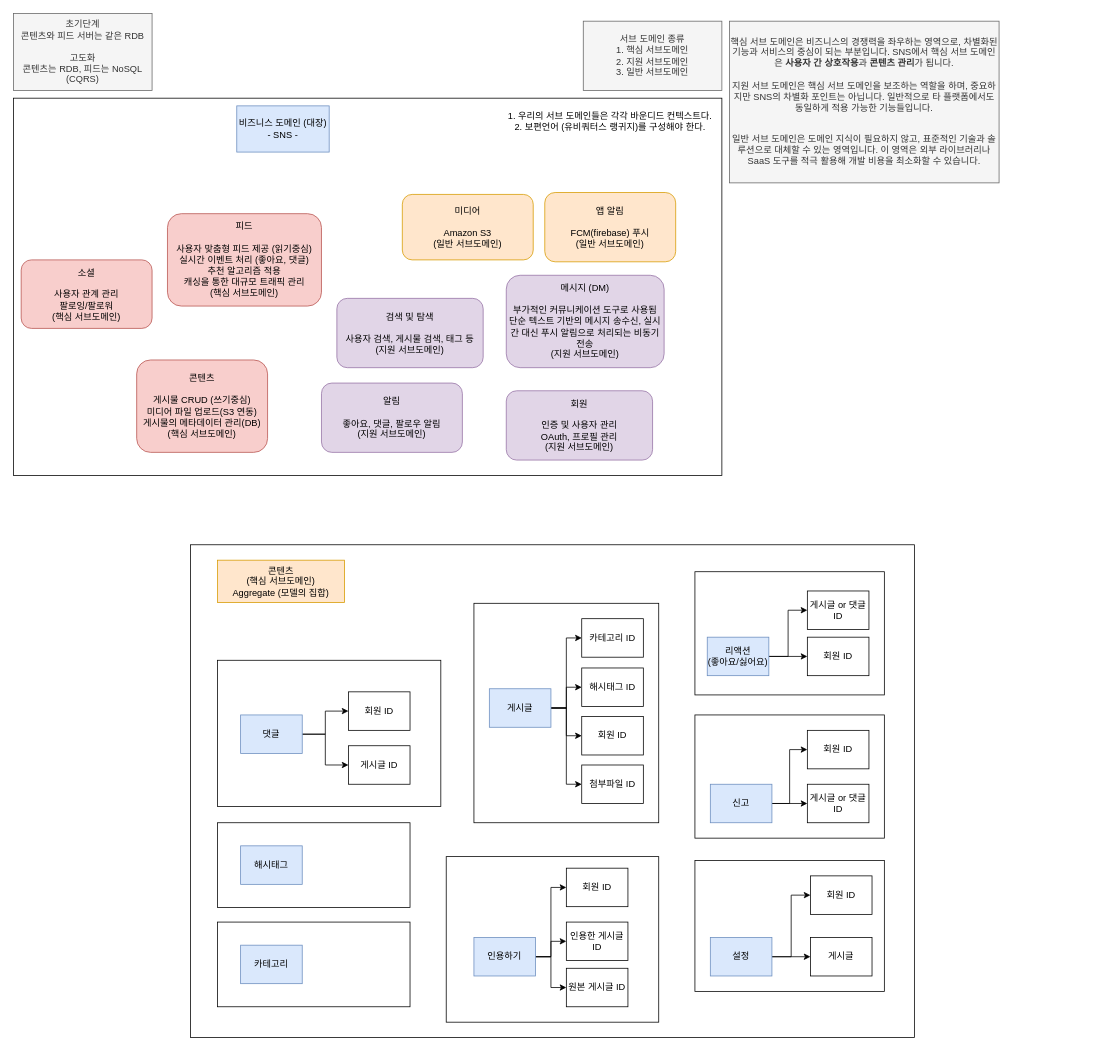
This is page "DDD 설계" (7 of 9) of Pulse-msa.drawio from AmazingEffect/pulse-document, a draw.io file, before an edit. Source tidied: cells renumbered, new cells numbered last; positions are measured from the earlier drawing's top-left corner, leaving out a move shared by most shapes. Both pictures are drawn from the tidied source at 77%, with x=0, y=0 at pixel (13, 13).
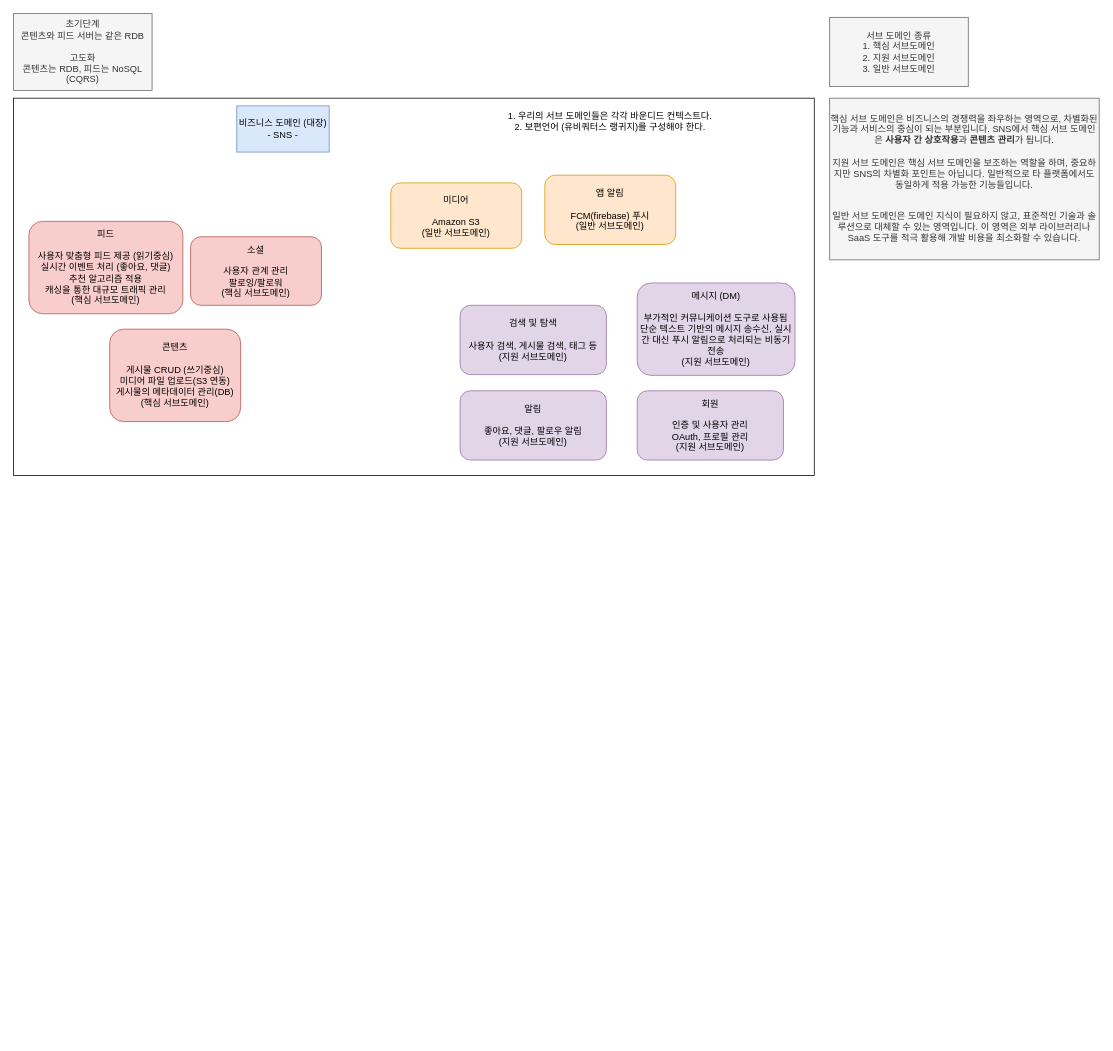
The same page after the edit.

What changed in the source:
```diff
@@
-    <mxCell id="2" style="rounded=0;whiteSpace=wrap;html=1;" parent="1" vertex="1">
-      <mxGeometry x="230" y="690" width="940" height="640" as="geometry" />
-    </mxCell>
-    <mxCell id="3" style="rounded=0;whiteSpace=wrap;html=1;" parent="1" vertex="1">
-      <mxGeometry x="885" y="725" width="246" height="160" as="geometry" />
-    </mxCell>
-    <mxCell id="4" style="rounded=0;whiteSpace=wrap;html=1;" parent="1" vertex="1">
-      <mxGeometry x="885" y="1100" width="246" height="170" as="geometry" />
-    </mxCell>
-    <mxCell id="5" style="rounded=0;whiteSpace=wrap;html=1;" parent="1" vertex="1">
-      <mxGeometry x="562" y="1095" width="276" height="215" as="geometry" />
-    </mxCell>
-    <mxCell id="6" style="rounded=0;whiteSpace=wrap;html=1;" parent="1" vertex="1">
-      <mxGeometry x="265" y="1180" width="250" height="110" as="geometry" />
-    </mxCell>
-    <mxCell id="7" style="rounded=0;whiteSpace=wrap;html=1;" parent="1" vertex="1">
-      <mxGeometry x="265" y="1051" width="250" height="110" as="geometry" />
-    </mxCell>
-    <mxCell id="8" style="rounded=0;whiteSpace=wrap;html=1;" parent="1" vertex="1">
-      <mxGeometry x="265" y="840" width="290" height="190" as="geometry" />
-    </mxCell>
-    <mxCell id="9" style="rounded=0;whiteSpace=wrap;html=1;" parent="1" vertex="1">
-      <mxGeometry x="885" y="911" width="246" height="160" as="geometry" />
-    </mxCell>
-    <mxCell id="10" style="rounded=0;whiteSpace=wrap;html=1;" parent="1" vertex="1">
-      <mxGeometry x="598" y="766" width="240" height="285" as="geometry" />
-    </mxCell>
     <mxCell id="11" style="rounded=0;whiteSpace=wrap;html=1;" parent="1" vertex="1">
-      <mxGeometry y="110" width="920" height="490" as="geometry" />
+      <mxGeometry y="110" width="1040" height="490" as="geometry" />
     </mxCell>
-    <mxCell id="12" style="edgeStyle=orthogonalEdgeStyle;rounded=0;jettySize=auto;html=1;entryX=0;entryY=0.5;entryDx=0;entryDy=0;" parent="1" edge="1" source="16" target="20">
-      <mxGeometry relative="1" as="geometry" />
-    </mxCell>
-    <mxCell id="13" style="edgeStyle=orthogonalEdgeStyle;rounded=0;jettySize=auto;html=1;entryX=0;entryY=0.5;entryDx=0;entryDy=0;" parent="1" edge="1" source="16" target="57">
-      <mxGeometry relative="1" as="geometry" />
-    </mxCell>
-    <mxCell id="14" style="edgeStyle=orthogonalEdgeStyle;rounded=0;jettySize=auto;html=1;entryX=0;entryY=0.5;entryDx=0;entryDy=0;" parent="1" edge="1" source="16" target="58">
-      <mxGeometry relative="1" as="geometry" />
-    </mxCell>
-    <mxCell id="15" style="edgeStyle=orthogonalEdgeStyle;rounded=0;jettySize=auto;html=1;entryX=0;entryY=0.5;entryDx=0;entryDy=0;" parent="1" edge="1" source="16" target="56">
-      <mxGeometry relative="1" as="geometry" />
-    </mxCell>
-    <mxCell id="16" value="게시글" style="rounded=0;whiteSpace=wrap;html=1;fillColor=#dae8fc;strokeColor=#6c8ebf;" parent="1" vertex="1">
-      <mxGeometry x="618" y="877" width="80" height="50" as="geometry" />
-    </mxCell>
-    <mxCell id="17" style="edgeStyle=orthogonalEdgeStyle;rounded=0;jettySize=auto;html=1;" parent="1" edge="1" source="19" target="49">
-      <mxGeometry relative="1" as="geometry" />
-    </mxCell>
-    <mxCell id="18" style="edgeStyle=orthogonalEdgeStyle;rounded=0;jettySize=auto;html=1;entryX=0;entryY=0.5;entryDx=0;entryDy=0;" parent="1" edge="1" source="19" target="50">
-      <mxGeometry relative="1" as="geometry" />
-    </mxCell>
-    <mxCell id="19" value="설정" style="rounded=0;whiteSpace=wrap;html=1;fillColor=#dae8fc;strokeColor=#6c8ebf;" parent="1" vertex="1">
-      <mxGeometry x="905" y="1200" width="80" height="50" as="geometry" />
-    </mxCell>
-    <mxCell id="20" value="첨부파일 ID" style="rounded=0;whiteSpace=wrap;html=1;" parent="1" vertex="1">
-      <mxGeometry x="738" y="976" width="80" height="50" as="geometry" />
-    </mxCell>
-    <mxCell id="21" style="edgeStyle=orthogonalEdgeStyle;rounded=0;jettySize=auto;html=1;entryX=0;entryY=0.5;entryDx=0;entryDy=0;" parent="1" edge="1" source="23" target="42">
-      <mxGeometry relative="1" as="geometry" />
-    </mxCell>
-    <mxCell id="22" style="edgeStyle=orthogonalEdgeStyle;rounded=0;jettySize=auto;html=1;" parent="1" edge="1" source="23" target="43">
-      <mxGeometry relative="1" as="geometry" />
-    </mxCell>
-    <mxCell id="23" value="신고" style="rounded=0;whiteSpace=wrap;html=1;fillColor=#dae8fc;strokeColor=#6c8ebf;" parent="1" vertex="1">
-      <mxGeometry x="905" y="1001" width="80" height="50" as="geometry" />
-    </mxCell>
-    <mxCell id="24" value="해시태그" style="rounded=0;whiteSpace=wrap;html=1;fillColor=#dae8fc;strokeColor=#6c8ebf;" parent="1" vertex="1">
-      <mxGeometry x="295" y="1081" width="80" height="50" as="geometry" />
-    </mxCell>
-    <mxCell id="25" value="카테고리" style="rounded=0;whiteSpace=wrap;html=1;fillColor=#dae8fc;strokeColor=#6c8ebf;" parent="1" vertex="1">
-      <mxGeometry x="295" y="1210" width="80" height="50" as="geometry" />
-    </mxCell>
-    <mxCell id="26" style="edgeStyle=orthogonalEdgeStyle;rounded=0;jettySize=auto;html=1;entryX=0;entryY=0.5;entryDx=0;entryDy=0;" parent="1" edge="1" source="29" target="47">
-      <mxGeometry relative="1" as="geometry" />
-    </mxCell>
-    <mxCell id="27" style="edgeStyle=orthogonalEdgeStyle;rounded=0;jettySize=auto;html=1;" parent="1" edge="1" source="29" target="48">
-      <mxGeometry relative="1" as="geometry" />
-    </mxCell>
-    <mxCell id="28" style="edgeStyle=orthogonalEdgeStyle;rounded=0;jettySize=auto;html=1;entryX=0;entryY=0.5;entryDx=0;entryDy=0;" parent="1" edge="1" source="29" target="64">
-      <mxGeometry relative="1" as="geometry" />
-    </mxCell>
-    <mxCell id="29" value="인용하기" style="rounded=0;whiteSpace=wrap;html=1;fillColor=#dae8fc;strokeColor=#6c8ebf;fontStyle=0;" parent="1" vertex="1">
-      <mxGeometry x="598" y="1200" width="80" height="50" as="geometry" />
-    </mxCell>
@@
     <mxCell id="31" value="회원&lt;br&gt;&lt;br&gt;인증 및 사용자 관리&lt;br&gt;OAuth, 프로필 관리&lt;br&gt;(지원 서브도메인)" style="rounded=1;whiteSpace=wrap;html=1;fillColor=#e1d5e7;strokeColor=#9673a6;" parent="1" vertex="1">
-      <mxGeometry x="640" y="490" width="190" height="90" as="geometry" />
+      <mxGeometry x="810" y="490" width="190" height="90" as="geometry" />
     </mxCell>
     <mxCell id="32" value="콘텐츠&lt;br&gt;&lt;br&gt;게시물 CRUD (쓰기중심)&lt;br&gt;미디어 파일 업로드(S3 연동)&lt;br&gt;게시물의 메타데이터 관리(DB)&lt;br&gt;(핵심 서브도메인)" style="rounded=1;whiteSpace=wrap;html=1;fillColor=#f8cecc;strokeColor=#b85450;" parent="1" vertex="1">
-      <mxGeometry x="160" y="450" width="170" height="120" as="geometry" />
+      <mxGeometry x="125" y="410" width="170" height="120" as="geometry" />
     </mxCell>
     <mxCell id="33" value="메시지 (DM)&lt;br&gt;&lt;br&gt;부가적인 커뮤니케이션 도구로 사용됨&lt;br&gt;단순 텍스트 기반의 메시지 송수신, 실시간 대신 푸시 알림으로 처리되는 비동기 전송&lt;br&gt;(지원 서브도메인)" style="rounded=1;whiteSpace=wrap;html=1;fillColor=#e1d5e7;strokeColor=#9673a6;" parent="1" vertex="1">
-      <mxGeometry x="640" y="340" width="205" height="120" as="geometry" />
+      <mxGeometry x="810" y="350" width="205" height="120" as="geometry" />
     </mxCell>
     <mxCell id="34" value="알림&lt;br&gt;&lt;br&gt;좋아요, 댓글, 팔로우 알림&lt;br&gt;(지원 서브도메인)" style="rounded=1;whiteSpace=wrap;html=1;fillColor=#e1d5e7;strokeColor=#9673a6;" parent="1" vertex="1">
-      <mxGeometry x="400" y="480" width="183" height="90" as="geometry" />
+      <mxGeometry x="580" y="490" width="190" height="90" as="geometry" />
     </mxCell>
     <mxCell id="35" value="소셜&lt;br&gt;&lt;br&gt;사용자 관계 관리&lt;br&gt;팔로잉/팔로워&lt;br&gt;(핵심 서브도메인)" style="rounded=1;whiteSpace=wrap;html=1;fillColor=#f8cecc;strokeColor=#b85450;" parent="1" vertex="1">
-      <mxGeometry x="10" y="320" width="170" height="89" as="geometry" />
+      <mxGeometry x="230" y="290" width="170" height="89" as="geometry" />
     </mxCell>
     <mxCell id="36" value="검색 및 탐색&lt;br&gt;&lt;br&gt;사용자 검색, 게시물 검색, 태그 등&lt;br&gt;(지원 서브도메인)" style="rounded=1;whiteSpace=wrap;html=1;fillColor=#e1d5e7;strokeColor=#9673a6;" parent="1" vertex="1">
-      <mxGeometry x="420" y="370" width="190" height="90" as="geometry" />
+      <mxGeometry x="580" y="379" width="190" height="90" as="geometry" />
     </mxCell>
     <mxCell id="37" value="미디어&lt;br&gt;&lt;br&gt;Amazon S3&lt;br&gt;(일반 서브도메인)" style="rounded=1;whiteSpace=wrap;html=1;fillColor=#ffe6cc;strokeColor=#d79b00;" parent="1" vertex="1">
-      <mxGeometry x="505" y="235" width="170" height="85" as="geometry" />
+      <mxGeometry x="490" y="220" width="170" height="85" as="geometry" />
     </mxCell>
     <mxCell id="38" value="서브 도메인 종류&lt;br&gt;1. 핵심 서브도메인&lt;br&gt;2. 지원 서브도메인&lt;br&gt;3. 일반 서브도메인" style="text;html=1;strokeColor=#666666;fillColor=#f5f5f5;align=center;verticalAlign=middle;whiteSpace=wrap;rounded=0;fontColor=#333333;" parent="1" vertex="1">
-      <mxGeometry x="740" y="10" width="180" height="90" as="geometry" />
+      <mxGeometry x="1060" y="5" width="180" height="90" as="geometry" />
     </mxCell>
@@
-    <mxCell id="40" value="콘텐츠&lt;br style=&quot;border-color: var(--border-color);&quot;&gt;(핵심 서브도메인)&lt;br&gt;Aggregate (모델의 집합)" style="text;html=1;strokeColor=#d79b00;fillColor=#ffe6cc;align=center;verticalAlign=middle;whiteSpace=wrap;rounded=0;" parent="1" vertex="1">
-      <mxGeometry x="265" y="710" width="165" height="55" as="geometry" />
-    </mxCell>
-    <mxCell id="41" value="회원 ID" style="rounded=0;whiteSpace=wrap;html=1;" parent="1" vertex="1">
-      <mxGeometry x="435" y="881" width="80" height="50" as="geometry" />
-    </mxCell>
-    <mxCell id="42" value="회원 ID" style="rounded=0;whiteSpace=wrap;html=1;" parent="1" vertex="1">
-      <mxGeometry x="1031" y="931" width="80" height="50" as="geometry" />
-    </mxCell>
-    <mxCell id="43" value="게시글 or 댓글 ID" style="rounded=0;whiteSpace=wrap;html=1;" parent="1" vertex="1">
-      <mxGeometry x="1031" y="1001" width="80" height="50" as="geometry" />
-    </mxCell>
-    <mxCell id="44" style="edgeStyle=orthogonalEdgeStyle;rounded=0;jettySize=auto;html=1;entryX=0;entryY=0.5;entryDx=0;entryDy=0;" parent="1" edge="1" source="46" target="41">
-      <mxGeometry relative="1" as="geometry" />
-    </mxCell>
-    <mxCell id="45" style="edgeStyle=orthogonalEdgeStyle;rounded=0;jettySize=auto;html=1;entryX=0;entryY=0.5;entryDx=0;entryDy=0;" parent="1" edge="1" source="46" target="51">
-      <mxGeometry relative="1" as="geometry" />
-    </mxCell>
-    <mxCell id="46" value="댓글" style="rounded=0;whiteSpace=wrap;html=1;fillColor=#dae8fc;strokeColor=#6c8ebf;" parent="1" vertex="1">
-      <mxGeometry x="295" y="911" width="80" height="50" as="geometry" />
-    </mxCell>
-    <mxCell id="47" value="회원 ID" style="rounded=0;whiteSpace=wrap;html=1;" parent="1" vertex="1">
-      <mxGeometry x="718" y="1110" width="80" height="50" as="geometry" />
-    </mxCell>
-    <mxCell id="48" value="인용한 게시글 ID" style="rounded=0;whiteSpace=wrap;html=1;" parent="1" vertex="1">
-      <mxGeometry x="718" y="1180" width="80" height="50" as="geometry" />
-    </mxCell>
-    <mxCell id="49" value="게시글" style="rounded=0;whiteSpace=wrap;html=1;" parent="1" vertex="1">
-      <mxGeometry x="1035" y="1200" width="80" height="50" as="geometry" />
-    </mxCell>
-    <mxCell id="50" value="회원 ID" style="rounded=0;whiteSpace=wrap;html=1;" parent="1" vertex="1">
-      <mxGeometry x="1035" y="1120" width="80" height="50" as="geometry" />
-    </mxCell>
-    <mxCell id="51" value="게시글 ID" style="rounded=0;whiteSpace=wrap;html=1;" parent="1" vertex="1">
-      <mxGeometry x="435" y="951" width="80" height="50" as="geometry" />
-    </mxCell>
     <mxCell id="52" value="&lt;br&gt;핵심 서브 도메인은 비즈니스의 경쟁력을 좌우하는 영역으로, 차별화된 기능과 서비스의 중심이 되는 부분입니다. SNS에서 핵심 서브 도메인은 &lt;strong&gt;사용자 간 상호작용&lt;/strong&gt;과 &lt;strong&gt;콘텐츠 관리&lt;/strong&gt;가 됩니다.&lt;br&gt;&lt;br&gt;지원 서브 도메인은 핵심 서브 도메인을 보조하는 역할을 하며, 중요하지만 SNS의 차별화 포인트는 아닙니다. 일반적으로 타 플랫폼에서도 동일하게 적용 가능한 기능들입니다.&lt;br&gt;&lt;br&gt;&lt;p&gt;일반 서브 도메인은 도메인 지식이 필요하지 않고, 표준적인 기술과 솔루션으로 대체할 수 있는 영역입니다. 이 영역은 외부 라이브러리나 SaaS 도구를 적극 활용해 개발 비용을 최소화할 수 있습니다.&lt;/p&gt;&lt;h4&gt;&lt;/h4&gt;" style="text;html=1;strokeColor=#666666;fillColor=#f5f5f5;align=center;verticalAlign=middle;whiteSpace=wrap;rounded=0;fontColor=#333333;" parent="1" vertex="1">
-      <mxGeometry x="930" y="10" width="350" height="210" as="geometry" />
+      <mxGeometry x="1060" y="110" width="350" height="210" as="geometry" />
     </mxCell>
     <mxCell id="53" value="앱 알림&lt;br&gt;&lt;br&gt;FCM(firebase) 푸시&lt;br&gt;(일반 서브도메인)" style="rounded=1;whiteSpace=wrap;html=1;fillColor=#ffe6cc;strokeColor=#d79b00;" parent="1" vertex="1">
-      <mxGeometry x="690" y="232.5" width="170" height="90" as="geometry" />
+      <mxGeometry x="690" y="210" width="170" height="90" as="geometry" />
     </mxCell>
     <mxCell id="54" value="피드&lt;br&gt;&lt;br&gt;사용자 맞춤형 피드 제공 (읽기중심)&lt;br&gt;실시간 이벤트 처리 (좋아요, 댓글)&lt;br&gt;추천 알고리즘 적용&lt;br&gt;캐싱을 통한 대규모 트래픽 관리&lt;br&gt;(핵심 서브도메인)" style="rounded=1;whiteSpace=wrap;html=1;fillColor=#f8cecc;strokeColor=#b85450;" parent="1" vertex="1">
-      <mxGeometry x="200" y="260" width="200" height="120" as="geometry" />
+      <mxGeometry x="20" y="270" width="200" height="120" as="geometry" />
     </mxCell>
@@
-    <mxCell id="56" value="카테고리 ID" style="rounded=0;whiteSpace=wrap;html=1;" parent="1" vertex="1">
-      <mxGeometry x="738" y="786" width="80" height="50" as="geometry" />
-    </mxCell>
-    <mxCell id="57" value="회원 ID" style="rounded=0;whiteSpace=wrap;html=1;" parent="1" vertex="1">
-      <mxGeometry x="738" y="913" width="80" height="50" as="geometry" />
-    </mxCell>
-    <mxCell id="58" value="해시태그 ID" style="rounded=0;whiteSpace=wrap;html=1;" parent="1" vertex="1">
-      <mxGeometry x="738" y="850" width="80" height="50" as="geometry" />
-    </mxCell>
-    <mxCell id="59" style="edgeStyle=orthogonalEdgeStyle;rounded=0;jettySize=auto;html=1;" parent="1" edge="1" source="61" target="63">
-      <mxGeometry relative="1" as="geometry" />
-    </mxCell>
-    <mxCell id="60" style="edgeStyle=orthogonalEdgeStyle;rounded=0;jettySize=auto;html=1;entryX=0;entryY=0.5;entryDx=0;entryDy=0;" parent="1" edge="1" source="61" target="62">
-      <mxGeometry relative="1" as="geometry" />
-    </mxCell>
-    <mxCell id="61" value="리액션&lt;br&gt;(좋아요/싫어요)" style="rounded=0;whiteSpace=wrap;html=1;fillColor=#dae8fc;strokeColor=#6c8ebf;" parent="1" vertex="1">
-      <mxGeometry x="901" y="810" width="80" height="50" as="geometry" />
-    </mxCell>
-    <mxCell id="62" value="게시글 or 댓글&lt;br&gt;ID" style="rounded=0;whiteSpace=wrap;html=1;" parent="1" vertex="1">
-      <mxGeometry x="1031" y="750" width="80" height="50" as="geometry" />
-    </mxCell>
-    <mxCell id="63" value="회원 ID" style="rounded=0;whiteSpace=wrap;html=1;" parent="1" vertex="1">
-      <mxGeometry x="1031" y="810" width="80" height="50" as="geometry" />
-    </mxCell>
-    <mxCell id="64" value="원본 게시글 ID" style="rounded=0;whiteSpace=wrap;html=1;" parent="1" vertex="1">
-      <mxGeometry x="718" y="1240" width="80" height="50" as="geometry" />
-    </mxCell>
```
